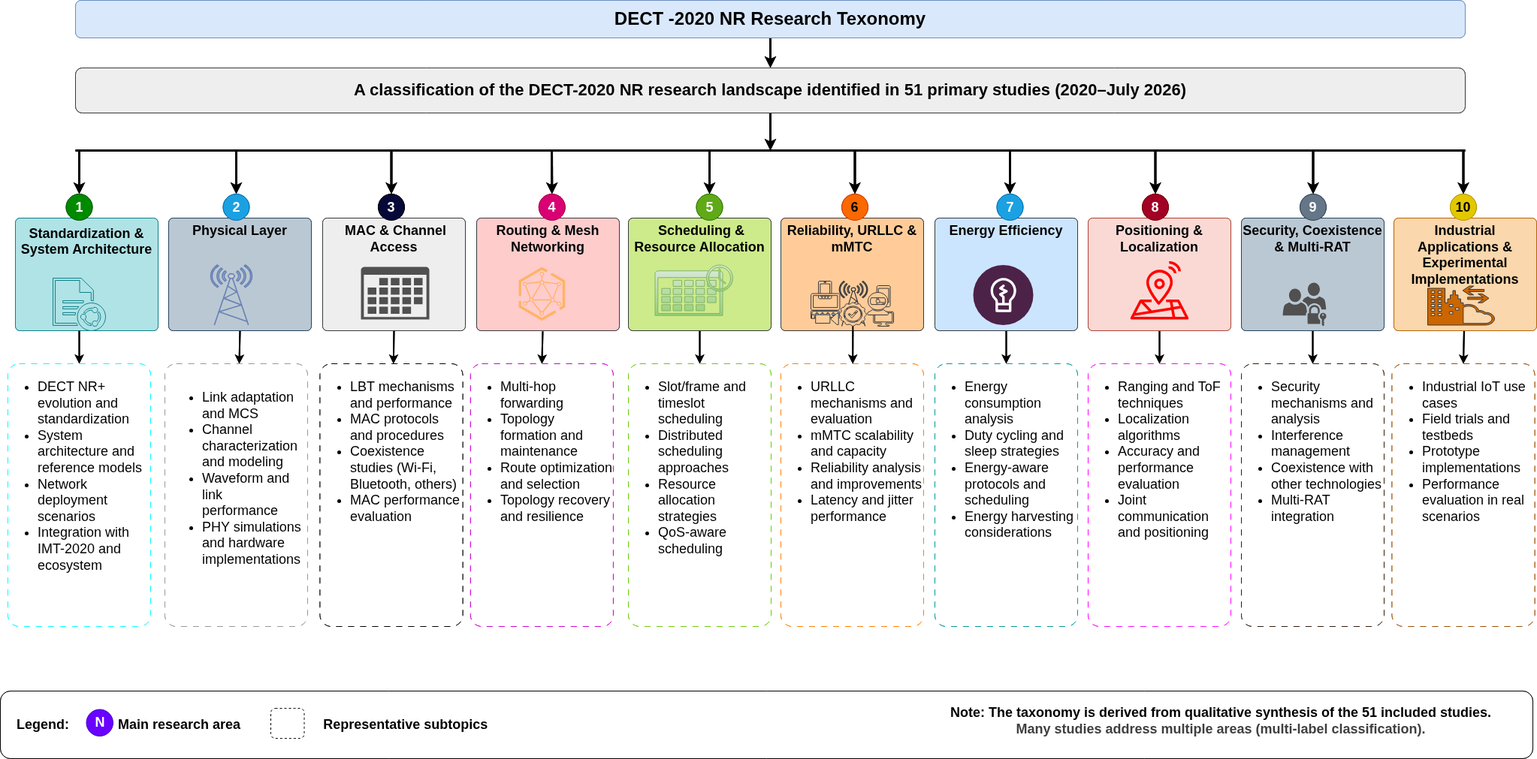
ashuqullah/DECT_Papers keeps this draw.io diagram as DECT_SLR/figures/ResearchTexanomy.png. Above is the earlier version. Source tidied: cells renumbered, new cells last; positions are measured from the earlier drawing's top-left corner, leaving out a move shared by most shapes.
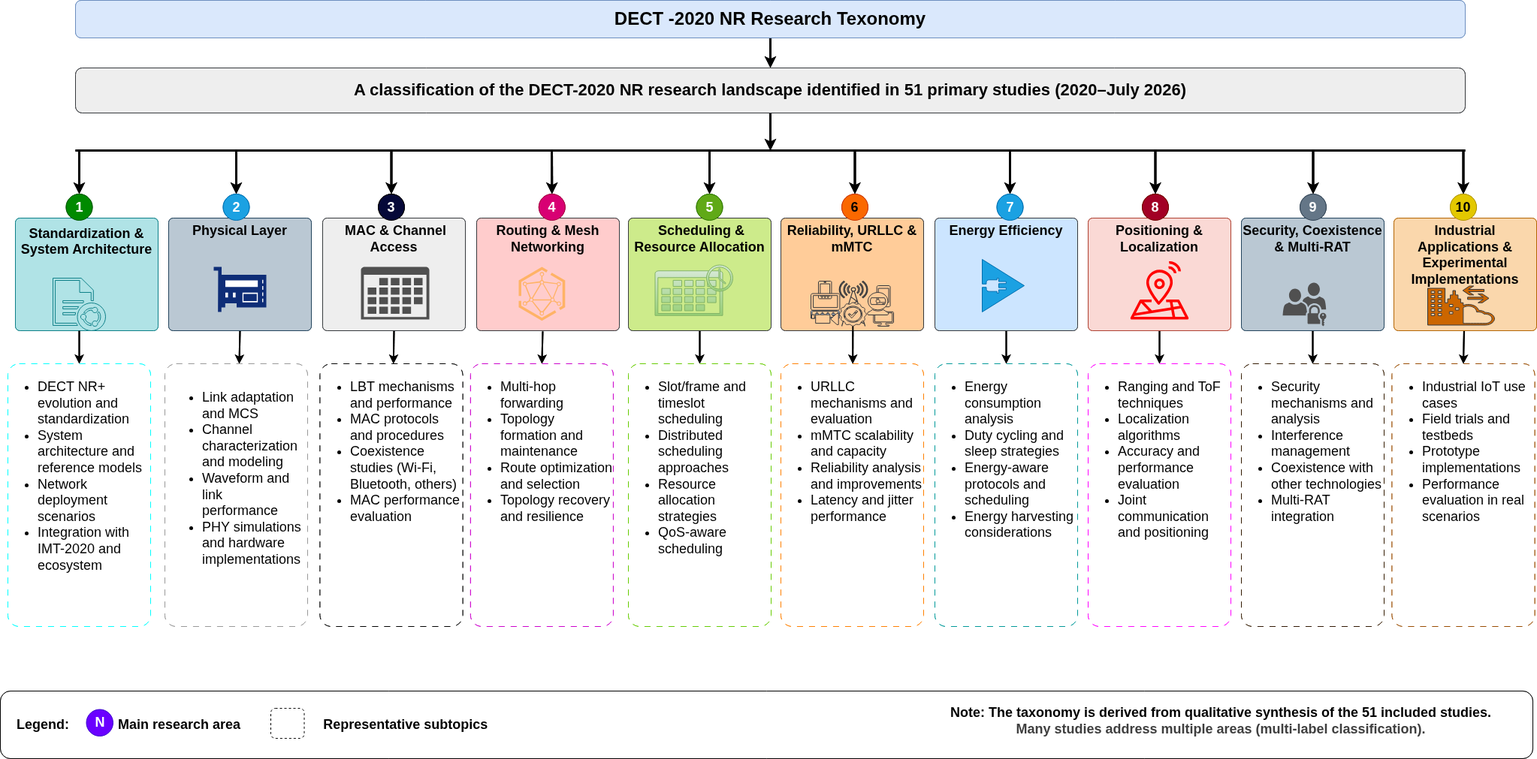
The same diagram one commit later.

Change to the diagram source:
```diff
@@ -341,9 +341,6 @@
     <mxCell id="105" style="sketch=0;shadow=0;dashed=0;html=1;strokeColor=none;fillColor=#505050;labelPosition=center;verticalLabelPosition=bottom;verticalAlign=top;align=center;shape=mxgraph.office.concepts.calendar;" parent="1" vertex="1">
       <mxGeometry x="480" y="355" width="91" height="70" as="geometry" />
     </mxCell>
-    <mxCell id="106" style="fontColor=#0066CC;verticalAlign=top;verticalLabelPosition=bottom;labelPosition=center;align=center;html=1;fillColor=#CCCCCC;strokeColor=#6881B3;gradientColor=none;gradientDirection=north;strokeWidth=2;shape=mxgraph.networks.radio_tower;" parent="1" vertex="1">
-      <mxGeometry x="280" y="352.5" width="55" height="80" as="geometry" />
-    </mxCell>
     <mxCell id="107" style="html=1;align=center;shadow=0;dashed=0;fillColor=#FFB366;strokeColor=none;shape=mxgraph.alibaba_cloud.asm_service_mesh;" parent="1" vertex="1">
       <mxGeometry x="690" y="355" width="61.8" height="71.7" as="geometry" />
     </mxCell>
@@ -362,9 +359,6 @@
     <mxCell id="112" style="sketch=0;fillColor=#FF0000;strokeColor=#36393d;dashed=0;verticalLabelPosition=bottom;verticalAlign=top;align=center;html=1;fontSize=12;fontStyle=0;shape=mxgraph.aws4.iot_core_device_location;" parent="1" vertex="1">
       <mxGeometry x="1504" y="347" width="78" height="78" as="geometry" />
     </mxCell>
-    <mxCell id="113" style="verticalLabelPosition=bottom;html=1;shape=mxgraph.salesforce.energy2;fillColor=#cce5ff;strokeColor=#36393d;" parent="1" vertex="1">
-      <mxGeometry x="1295" y="352.5" width="80" height="80" as="geometry" />
-    </mxCell>
     <mxCell id="114" value="&lt;div&gt;&lt;ul&gt;&lt;li&gt;&lt;font color=&quot;#000000&quot;&gt;DECT NR+ evolution and standardization&lt;/font&gt;&lt;/li&gt;&lt;li&gt;&lt;font color=&quot;#000000&quot;&gt;System architecture and reference models&lt;/font&gt;&lt;/li&gt;&lt;li&gt;&lt;font color=&quot;#000000&quot;&gt;Network deployment scenarios&lt;/font&gt;&lt;/li&gt;&lt;li&gt;&lt;font color=&quot;#000000&quot;&gt;Integration with IMT-2020 and ecosystem&lt;/font&gt;&lt;/li&gt;&lt;/ul&gt;&lt;/div&gt;" style="rounded=1;whiteSpace=wrap;html=1;arcSize=8;dashed=1;dashPattern=8 8;align=left;fontSize=18;verticalAlign=top;labelBorderColor=none;spacingTop=-2;spacing=0;strokeColor=#00FFFF;" parent="1" vertex="1">
       <mxGeometry x="10" y="484" width="190" height="350" as="geometry" />
     </mxCell>
@@ -526,5 +520,11 @@
     <mxCell id="159" style="rounded=1;whiteSpace=wrap;html=1;dashed=1;" parent="1" vertex="1">
       <mxGeometry x="360" y="943" width="44.5" height="40" as="geometry" />
     </mxCell>
+    <mxCell id="160" style="sketch=0;shadow=0;dashed=0;html=1;strokeColor=none;fillColor=light-dark(#0e2d77, #6ec0ae);labelPosition=center;verticalLabelPosition=bottom;verticalAlign=top;align=center;shape=mxgraph.veeam2.hardware_controller;" parent="1" vertex="1">
+      <mxGeometry x="284" y="355" width="70" height="60" as="geometry" />
+    </mxCell>
+    <mxCell id="161" style="sketch=0;shadow=0;dashed=0;html=1;strokeColor=#006EAF;labelPosition=center;verticalLabelPosition=bottom;verticalAlign=top;align=center;fillColor=#1ba1e2;shape=mxgraph.mscae.enterprise.plug_and_play;fontColor=#ffffff;" parent="1" vertex="1">
+      <mxGeometry x="1307" y="345" width="56" height="70" as="geometry" />
+    </mxCell>
   </root>
 </mxGraphModel>
```
